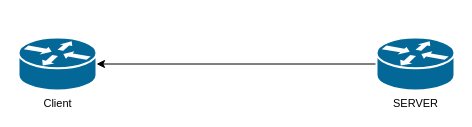
Above: DHCP.drawio in kyforprogram/ccna (draw.io), before the change. Source tidied: cells renumbered, new cells numbered last; positions are measured from the earlier drawing's top-left corner, leaving out a move shared by most shapes. Both pictures are drawn from the tidied source at 100%, with x=0, y=0 at pixel (18, 37).
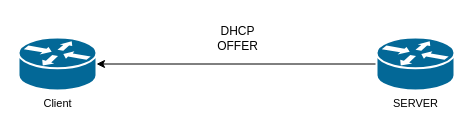
The same page after the edit.

Commit message:
DHCP.drawio を更新します

Change to the diagram source:
```diff
@@
 <mxGraphModel>
   <root>
     <mxCell id="0" />
     <mxCell id="1" parent="0" />
     <mxCell id="2" value="Client" style="shape=mxgraph.cisco.routers.router;sketch=0;html=1;dashed=0;fillColor=#036897;strokeColor=#ffffff;strokeWidth=2;verticalLabelPosition=bottom;verticalAlign=top;align=center;outlineConnect=0;fontFamily=Helvetica;fontSize=11;fontColor=default;" parent="1" vertex="1">
       <mxGeometry width="78" height="53" as="geometry" />
     </mxCell>
     <mxCell id="3" style="edgeStyle=orthogonalEdgeStyle;rounded=0;jettySize=auto;html=1;exitX=0;exitY=0.5;exitDx=0;exitDy=0;exitPerimeter=0;entryX=1;entryY=0.5;entryDx=0;entryDy=0;entryPerimeter=0;" parent="1" edge="1" source="4" target="2">
       <mxGeometry relative="1" as="geometry" />
     </mxCell>
     <mxCell id="4" value="SERVER" style="shape=mxgraph.cisco.routers.router;sketch=0;html=1;dashed=0;fillColor=#036897;strokeColor=#ffffff;strokeWidth=2;verticalLabelPosition=bottom;verticalAlign=top;align=center;outlineConnect=0;fontFamily=Helvetica;fontSize=11;fontColor=default;" parent="1" vertex="1">
       <mxGeometry x="358" width="78" height="53" as="geometry" />
     </mxCell>
+    <mxCell id="5" value="DHCP&lt;br&gt;OFFER" style="text;html=1;align=center;verticalAlign=middle;strokeColor=none;fillColor=none;" parent="1" vertex="1">
+      <mxGeometry x="189" y="-20" width="59" height="41" as="geometry" />
+    </mxCell>
   </root>
 </mxGraphModel>
```
